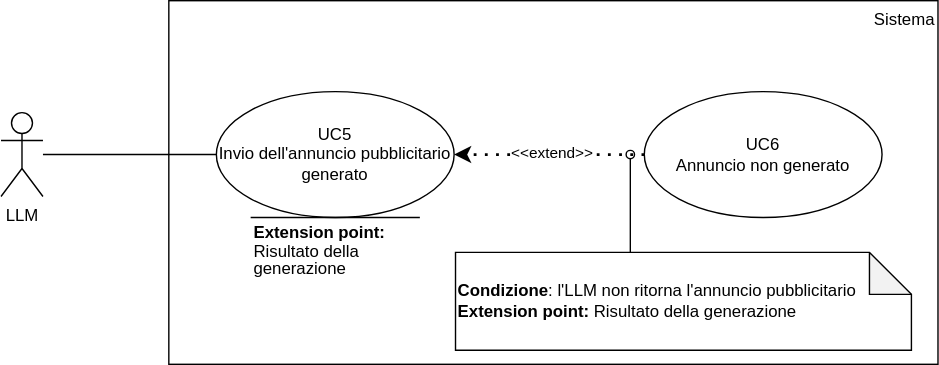
Earlier version of the draw.io export assets/use_cases/UC5-6.svg (SWEatUNIPD/docs). Source tidied: cells renumbered, new cells last; positions are measured from the earlier drawing's top-left corner, leaving out a move shared by most shapes.
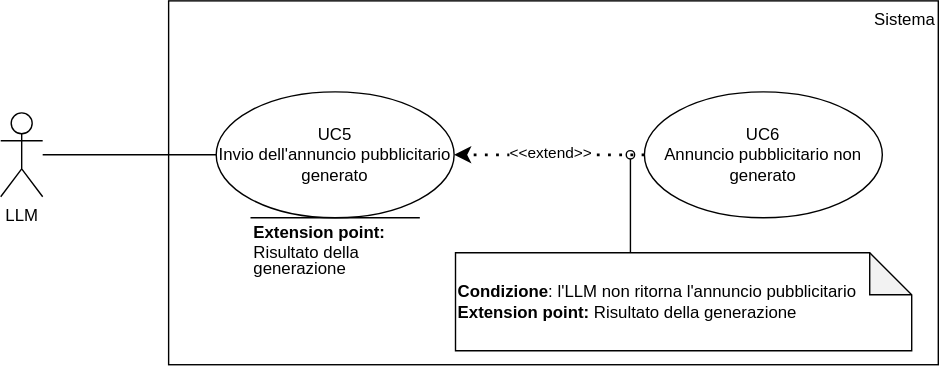
Later version of the same file.

Change to the diagram source:
```diff
@@ -14,24 +14,24 @@
     <mxCell id="5" value="UC5&lt;div&gt;Invio dell'annuncio pubblicitario generato&lt;/div&gt;" style="ellipse;whiteSpace=wrap;html=1;" parent="1" vertex="1">
       <mxGeometry x="154" y="65" width="170" height="90" as="geometry" />
     </mxCell>
-    <mxCell id="6" value="UC6&lt;div&gt;Annuncio non generato&lt;/div&gt;" style="ellipse;whiteSpace=wrap;html=1;" parent="1" vertex="1">
-      <mxGeometry x="460" y="65" width="170" height="90" as="geometry" />
-    </mxCell>
-    <mxCell id="7" style="endArrow=classic;dashed=1;html=1;dashPattern=1 3;strokeWidth=2;rounded=0;exitX=0;exitY=0.5;exitDx=0;exitDy=0;entryX=1;entryY=0.5;entryDx=0;entryDy=0;startArrow=none;startFill=0;endFill=1;" parent="1" edge="1" source="6" target="5">
-      <mxGeometry relative="1" as="geometry" />
-    </mxCell>
+    <mxCell id="13" value="UC6&lt;div&gt;Annuncio pubblicitario non generato&lt;/div&gt;" style="ellipse;whiteSpace=wrap;html=1;" parent="1" vertex="1">
+      <mxGeometry x="460" y="65" width="170" height="90" as="geometry" />
+    </mxCell>
+    <mxCell id="14" style="endArrow=classic;dashed=1;html=1;dashPattern=1 3;strokeWidth=2;rounded=0;exitX=0;exitY=0.5;exitDx=0;exitDy=0;entryX=1;entryY=0.5;entryDx=0;entryDy=0;startArrow=none;startFill=0;endFill=1;" parent="1" edge="1" source="13" target="5">
+      <mxGeometry relative="1" as="geometry" />
+    </mxCell>
-    <mxCell id="8" value="&amp;lt;&amp;lt;extend&amp;gt;&amp;gt;" style="edgeLabel;html=1;align=center;verticalAlign=middle;" parent="7" vertex="1">
+    <mxCell id="8" value="&amp;lt;&amp;lt;extend&amp;gt;&amp;gt;" style="edgeLabel;html=1;align=center;verticalAlign=middle;" parent="14" vertex="1">
       <mxGeometry x="-0.01" y="-2" relative="1" as="geometry" />
     </mxCell>
     <mxCell id="9" value="&lt;b&gt;Condizione&lt;/b&gt;: l'LLM non ritorna l'annuncio pubblicitario&lt;div&gt;&lt;b&gt;Extension point: &lt;/b&gt;Risultato della generazione&lt;/div&gt;" style="shape=note;whiteSpace=wrap;html=1;backgroundOutline=1;darkOpacity=0.05;align=left;" parent="1" vertex="1">
       <mxGeometry x="325" y="180" width="326" height="70" as="geometry" />
     </mxCell>
-    <mxCell id="10" style="endArrow=oval;html=1;rounded=0;endFill=0;" parent="1" edge="1">
-      <mxGeometry relative="1" as="geometry">
-        <mxPoint x="450" y="180" as="sourcePoint" />
-        <mxPoint x="450" y="110" as="targetPoint" />
-      </mxGeometry>
-    </mxCell>
+    <mxCell id="15" style="endArrow=oval;html=1;rounded=0;endFill=0;" parent="1" edge="1">
+      <mxGeometry relative="1" as="geometry">
+        <mxPoint x="450" y="180" as="sourcePoint" />
+        <mxPoint x="450" y="110" as="targetPoint" />
+      </mxGeometry>
+    </mxCell>
     <mxCell id="11" style="endArrow=none;html=1;rounded=0;entryX=1;entryY=0;entryDx=0;entryDy=0;exitX=0;exitY=0;exitDx=0;exitDy=0;" parent="1" edge="1" source="12" target="12">
       <mxGeometry relative="1" as="geometry" />
     </mxCell>
```
